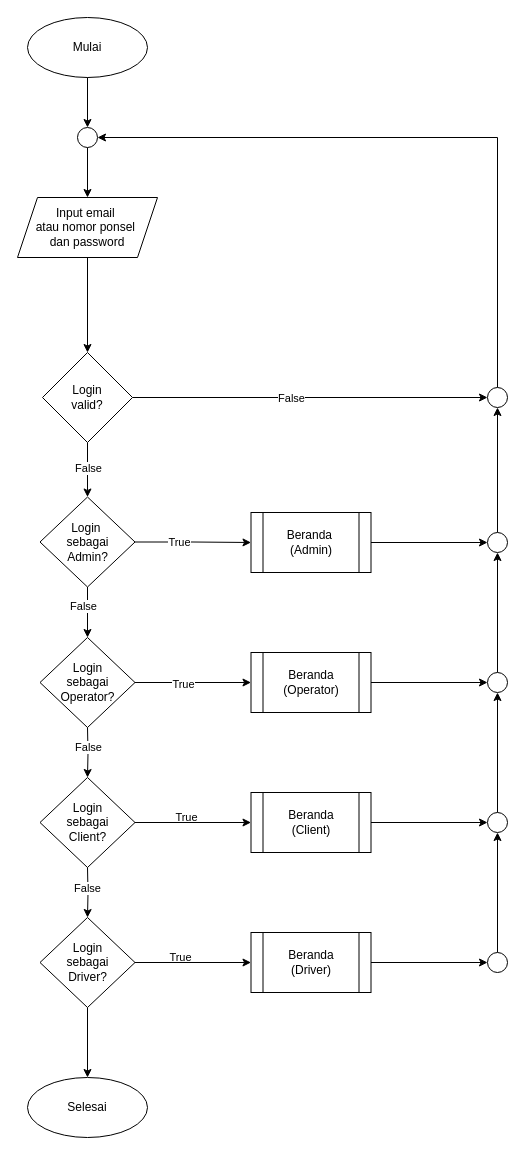
Before: Flowchart/3.20 Flowchart.drawio in Simasco/diagram, a draw.io diagram. Source tidied: cells renumbered, new cells numbered last; positions are measured from the earlier drawing's top-left corner, leaving out a move shared by most shapes. Both pictures are drawn from the tidied source at 100%, with x=0, y=0 at pixel (17, 17).
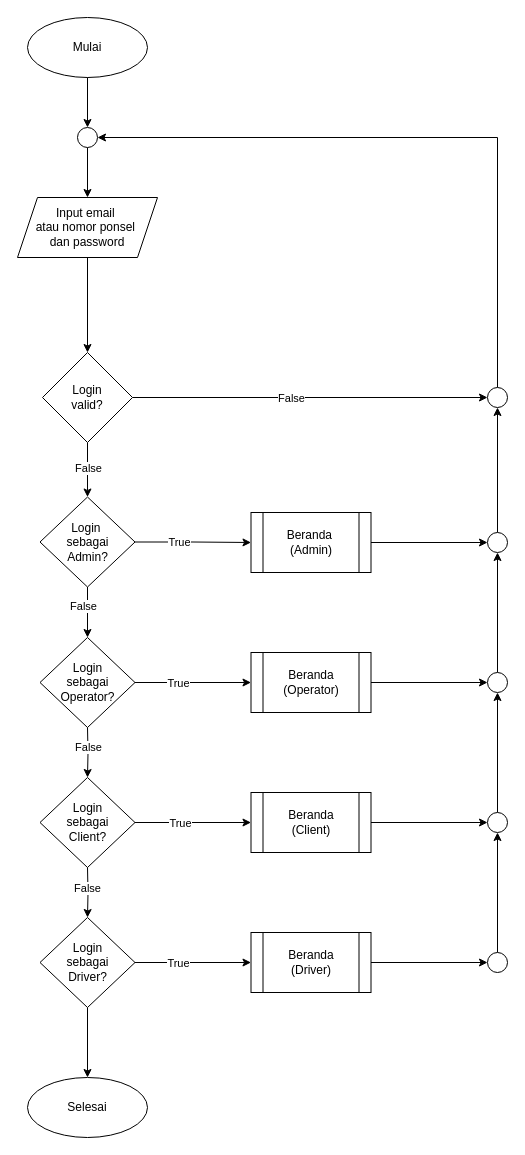
The same page after the edit.

The change refers to these unchanged cells:
```xml
<mxCell id="25" style="edgeStyle=orthogonalEdgeStyle;rounded=0;jettySize=auto;html=1;exitX=1;exitY=0.5;exitDx=0;exitDy=0;" parent="1" edge="1" source="27" target="24">
  <mxGeometry relative="1" as="geometry" />
</mxCell>
<mxCell id="36" style="edgeStyle=orthogonalEdgeStyle;rounded=0;jettySize=auto;html=1;exitX=1;exitY=0.5;exitDx=0;exitDy=0;" parent="1" edge="1" source="37" target="34">
  <mxGeometry relative="1" as="geometry" />
</mxCell>
<mxCell id="44" style="edgeStyle=orthogonalEdgeStyle;rounded=0;jettySize=auto;html=1;exitX=1;exitY=0.5;exitDx=0;exitDy=0;entryX=0;entryY=0.5;entryDx=0;entryDy=0;" parent="1" edge="1" source="46" target="42">
  <mxGeometry relative="1" as="geometry" />
</mxCell>
```

The edit, as a diff of the source:
```diff
@@
     <mxCell id="26" value="True" style="edgeLabel;html=1;align=center;verticalAlign=middle;" parent="25" vertex="1">
-      <mxGeometry x="-0.18" y="-1" relative="1" as="geometry" />
+      <mxGeometry x="-0.18" y="-1" relative="1" as="geometry">
+        <mxPoint x="-5" y="-1" as="offset" />
+      </mxGeometry>
     </mxCell>
@@
-    <mxCell id="35" value="True" style="edgeLabel;html=1;align=center;verticalAlign=middle;" parent="1" vertex="1">
-      <mxGeometry x="165.5" y="806" as="geometry">
-        <mxPoint x="3" y="-7" as="offset" />
-      </mxGeometry>
-    </mxCell>
@@
+    <mxCell id="51" value="True" style="edgeLabel;html=1;align=center;verticalAlign=middle;" parent="36" vertex="1">
+      <mxGeometry x="-0.22" y="1" relative="1" as="geometry">
+        <mxPoint y="1" as="offset" />
+      </mxGeometry>
+    </mxCell>
@@
-    <mxCell id="43" value="True" style="edgeLabel;html=1;align=center;verticalAlign=middle;" parent="1" vertex="1">
-      <mxGeometry x="165.5" y="946" as="geometry">
-        <mxPoint x="-3" y="-7" as="offset" />
-      </mxGeometry>
-    </mxCell>
@@
+    <mxCell id="52" value="True" style="edgeLabel;html=1;align=center;verticalAlign=middle;" parent="44" vertex="1">
+      <mxGeometry x="-0.14" y="-2" relative="1" as="geometry">
+        <mxPoint x="-7" y="-2" as="offset" />
+      </mxGeometry>
+    </mxCell>
```
